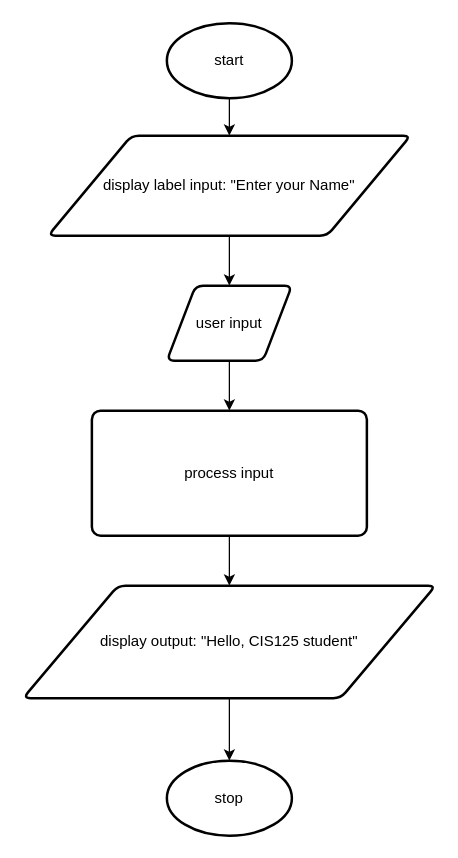
Before: easy_flowchart.drawio in cyberspace1987/CIS-125, a draw.io diagram. Source tidied: cells renumbered, new cells numbered last; positions are measured from the earlier drawing's top-left corner, leaving out a move shared by most shapes. Both pictures are drawn from the tidied source at 125%, with x=0, y=0 at pixel (22, 22).
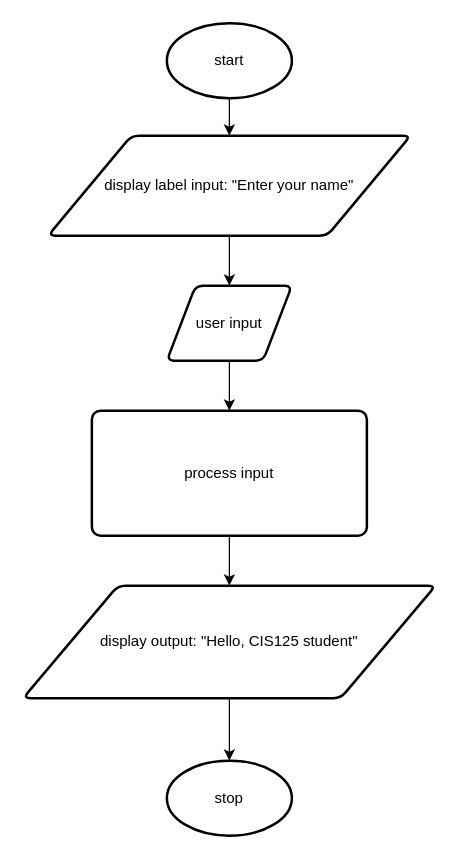
The same page after the edit.

What changed in the source:
```diff
@@
 <mxGraphModel>
   <root>
     <mxCell id="0" />
     <mxCell id="1" parent="0" />
     <mxCell id="2" style="edgeStyle=orthogonalEdgeStyle;rounded=0;jettySize=auto;html=1;" parent="1" edge="1" source="3" target="5">
       <mxGeometry relative="1" as="geometry" />
     </mxCell>
     <mxCell id="3" value="start" style="strokeWidth=2;html=1;shape=mxgraph.flowchart.start_1;whiteSpace=wrap;" parent="1" vertex="1">
       <mxGeometry x="115" width="100" height="60" as="geometry" />
     </mxCell>
     <mxCell id="4" style="edgeStyle=orthogonalEdgeStyle;rounded=0;jettySize=auto;html=1;" parent="1" edge="1" source="5" target="7">
       <mxGeometry relative="1" as="geometry" />
     </mxCell>
-    <mxCell id="5" value="display label input: &quot;Enter your Name&quot;" style="shape=parallelogram;html=1;strokeWidth=2;perimeter=parallelogramPerimeter;whiteSpace=wrap;rounded=1;arcSize=12;size=0.23;" parent="1" vertex="1">
+    <mxCell id="5" value="display label input: &quot;Enter your name&quot;" style="shape=parallelogram;html=1;strokeWidth=2;perimeter=parallelogramPerimeter;whiteSpace=wrap;rounded=1;arcSize=12;size=0.23;" parent="1" vertex="1">
       <mxGeometry x="20" y="90" width="290" height="80" as="geometry" />
     </mxCell>
     <mxCell id="6" style="edgeStyle=orthogonalEdgeStyle;rounded=0;jettySize=auto;html=1;" parent="1" edge="1" source="7" target="9">
       <mxGeometry relative="1" as="geometry" />
     </mxCell>
     <mxCell id="7" value="user input" style="shape=parallelogram;html=1;strokeWidth=2;perimeter=parallelogramPerimeter;whiteSpace=wrap;rounded=1;arcSize=12;size=0.23;" parent="1" vertex="1">
       <mxGeometry x="115" y="210" width="100" height="60" as="geometry" />
     </mxCell>
     <mxCell id="8" style="edgeStyle=orthogonalEdgeStyle;rounded=0;jettySize=auto;html=1;" parent="1" edge="1" source="9" target="11">
       <mxGeometry relative="1" as="geometry" />
     </mxCell>
     <mxCell id="9" value="process input" style="rounded=1;whiteSpace=wrap;html=1;absoluteArcSize=1;arcSize=14;strokeWidth=2;" parent="1" vertex="1">
       <mxGeometry x="55" y="310" width="220" height="100" as="geometry" />
     </mxCell>
     <mxCell id="10" style="edgeStyle=orthogonalEdgeStyle;rounded=0;jettySize=auto;html=1;" parent="1" edge="1" source="11" target="12">
       <mxGeometry relative="1" as="geometry" />
     </mxCell>
     <mxCell id="11" value="display output: &quot;Hello, CIS125 student&quot;" style="shape=parallelogram;html=1;strokeWidth=2;perimeter=parallelogramPerimeter;whiteSpace=wrap;rounded=1;arcSize=12;size=0.23;" parent="1" vertex="1">
       <mxGeometry y="450" width="330" height="90" as="geometry" />
     </mxCell>
     <mxCell id="12" value="stop" style="strokeWidth=2;html=1;shape=mxgraph.flowchart.start_1;whiteSpace=wrap;" parent="1" vertex="1">
       <mxGeometry x="115" y="590" width="100" height="60" as="geometry" />
     </mxCell>
   </root>
 </mxGraphModel>
```
